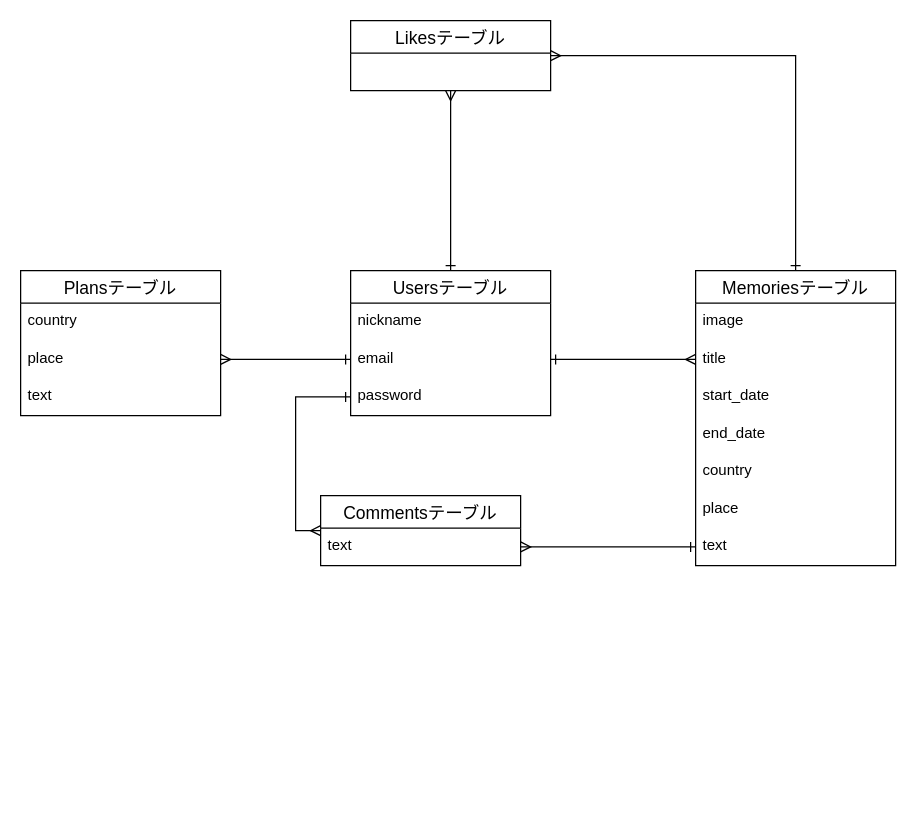
Above: travel.dio in luv-n-pce/travel-someday (draw.io), before the change. Source tidied: cells renumbered, new cells numbered last; positions are measured from the earlier drawing's top-left corner, leaving out a move shared by most shapes. Both pictures are drawn from the tidied source at 125%, with x=0, y=0 at pixel (20, 20).
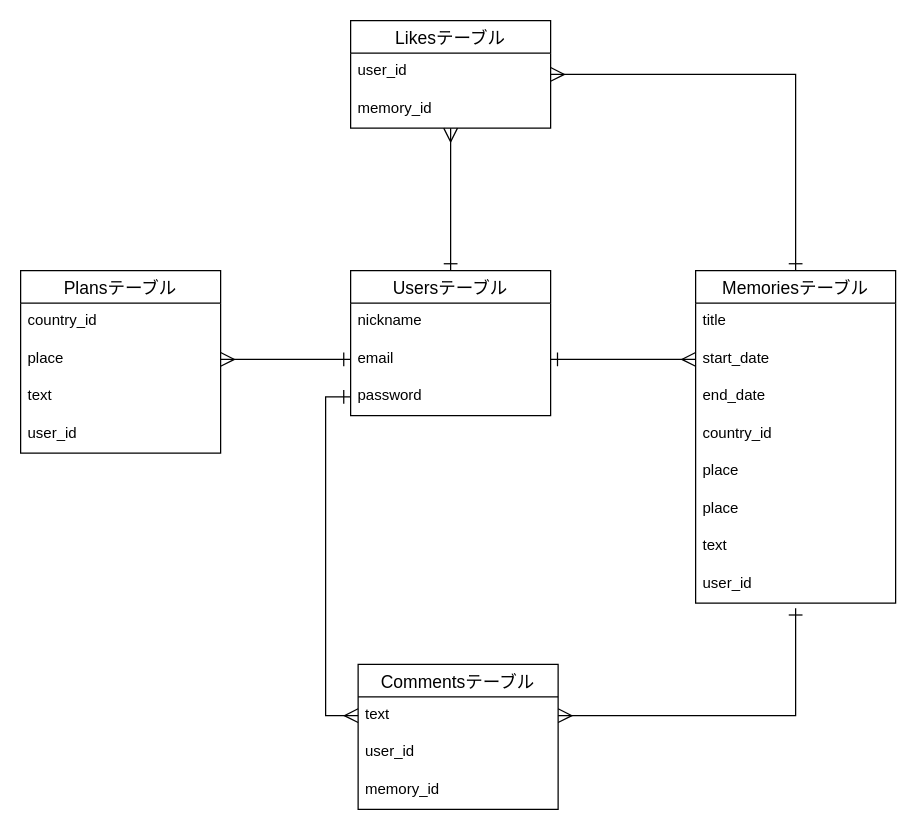
Above is the later version.

Unchanged cells that the change refers to:
```xml
<mxCell id="4" value="place" style="text;strokeColor=none;fillColor=none;spacingLeft=4;spacingRight=4;overflow=hidden;points=[[0,0.5],[1,0.5]];portConstraint=eastwest;fontSize=12;" parent="2" vertex="1">
  <mxGeometry y="56" width="160" height="30" as="geometry" />
</mxCell>
<mxCell id="7" value="Usersテーブル" style="swimlane;fontStyle=0;horizontal=1;startSize=26;align=center;fontSize=14;" parent="1" vertex="1">
  <mxGeometry x="264" y="200" width="160" height="116" as="geometry" />
</mxCell>
<mxCell id="9" value="email" style="text;strokeColor=none;fillColor=none;spacingLeft=4;spacingRight=4;overflow=hidden;points=[[0,0.5],[1,0.5]];portConstraint=eastwest;fontSize=12;" parent="7" vertex="1">
  <mxGeometry y="56" width="160" height="30" as="geometry" />
</mxCell>
<mxCell id="10" value="password" style="text;strokeColor=none;fillColor=none;spacingLeft=4;spacingRight=4;overflow=hidden;points=[[0,0.5],[1,0.5]];portConstraint=eastwest;fontSize=12;" parent="7" vertex="1">
  <mxGeometry y="86" width="160" height="30" as="geometry" />
</mxCell>
<mxCell id="19" value="text" style="text;strokeColor=none;fillColor=none;spacingLeft=4;spacingRight=4;overflow=hidden;points=[[0,0.5],[1,0.5]];portConstraint=eastwest;fontSize=12;" parent="12" vertex="1">
  <mxGeometry y="206" width="160" height="30" as="geometry" />
</mxCell>
<mxCell id="22" value="text" style="text;strokeColor=none;fillColor=none;spacingLeft=4;spacingRight=4;overflow=hidden;points=[[0,0.5],[1,0.5]];portConstraint=eastwest;fontSize=12;" parent="21" vertex="1">
  <mxGeometry y="26" width="160" height="30" as="geometry" />
</mxCell>
```

Change to the diagram source:
```diff
@@
     <mxCell id="2" value="Plansテーブル" style="swimlane;fontStyle=0;horizontal=1;startSize=26;align=center;fontSize=14;" parent="1" vertex="1">
-      <mxGeometry y="200" width="160" height="116" as="geometry" />
+      <mxGeometry y="200" width="160" height="146" as="geometry" />
     </mxCell>
-    <mxCell id="3" value="country" style="text;strokeColor=none;fillColor=none;spacingLeft=4;spacingRight=4;overflow=hidden;fontSize=12;" parent="2" vertex="1">
+    <mxCell id="3" value="country_id" style="text;strokeColor=none;fillColor=none;spacingLeft=4;spacingRight=4;overflow=hidden;fontSize=12;" parent="2" vertex="1">
       <mxGeometry y="26" width="160" height="30" as="geometry" />
     </mxCell>
@@
+    <mxCell id="27" value="user_id" style="text;strokeColor=none;fillColor=none;spacingLeft=4;spacingRight=4;overflow=hidden;fontSize=12;" parent="2" vertex="1">
+      <mxGeometry y="116" width="160" height="30" as="geometry" />
+    </mxCell>
-    <mxCell id="6" style="edgeStyle=orthogonalEdgeStyle;rounded=0;jettySize=auto;html=1;exitX=0.5;exitY=0;exitDx=0;exitDy=0;entryX=0.5;entryY=1;entryDx=0;entryDy=0;startArrow=ERone;startFill=0;endArrow=ERmany;endFill=0;" parent="1" edge="1" source="7" target="20">
+    <mxCell id="6" style="edgeStyle=orthogonalEdgeStyle;rounded=0;jettySize=auto;html=1;exitX=0.5;exitY=0;exitDx=0;exitDy=0;entryX=0.5;entryY=1;entryDx=0;entryDy=0;startArrow=ERone;startFill=0;endArrow=ERmany;endFill=0;endSize=9;startSize=9;" parent="1" edge="1" source="7" target="20">
       <mxGeometry relative="1" as="geometry" />
     </mxCell>
@@
-    <mxCell id="11" style="edgeStyle=orthogonalEdgeStyle;rounded=0;jettySize=auto;html=1;exitX=0.5;exitY=0;exitDx=0;exitDy=0;entryX=1;entryY=0.5;entryDx=0;entryDy=0;startArrow=ERone;startFill=0;endArrow=ERmany;endFill=0;" parent="1" edge="1" source="12" target="20">
+    <mxCell id="11" style="edgeStyle=orthogonalEdgeStyle;rounded=0;jettySize=auto;html=1;exitX=0.5;exitY=0;exitDx=0;exitDy=0;entryX=1;entryY=0.5;entryDx=0;entryDy=0;startArrow=ERone;startFill=0;endArrow=ERmany;endFill=0;endSize=9;startSize=9;" parent="1" edge="1" source="12" target="20">
       <mxGeometry relative="1" as="geometry" />
     </mxCell>
     <mxCell id="12" value="Memoriesテーブル" style="swimlane;fontStyle=0;horizontal=1;startSize=26;align=center;fontSize=14;" parent="1" vertex="1">
-      <mxGeometry x="540" y="200" width="160" height="236" as="geometry" />
+      <mxGeometry x="540" y="200" width="160" height="266" as="geometry" />
     </mxCell>
-    <mxCell id="13" value="image" style="text;strokeColor=none;fillColor=none;spacingLeft=4;spacingRight=4;overflow=hidden;fontSize=12;" parent="12" vertex="1">
-      <mxGeometry y="26" width="160" height="30" as="geometry" />
-    </mxCell>
     <mxCell id="14" value="title" style="text;strokeColor=none;fillColor=none;spacingLeft=4;spacingRight=4;overflow=hidden;points=[[0,0.5],[1,0.5]];portConstraint=eastwest;fontSize=12;" parent="12" vertex="1">
-      <mxGeometry y="56" width="160" height="30" as="geometry" />
+      <mxGeometry y="26" width="160" height="30" as="geometry" />
     </mxCell>
     <mxCell id="15" value="start_date" style="text;strokeColor=none;fillColor=none;spacingLeft=4;spacingRight=4;overflow=hidden;points=[[0,0.5],[1,0.5]];portConstraint=eastwest;fontSize=12;" parent="12" vertex="1">
-      <mxGeometry y="86" width="160" height="30" as="geometry" />
+      <mxGeometry y="56" width="160" height="30" as="geometry" />
     </mxCell>
     <mxCell id="16" value="end_date" style="text;strokeColor=none;fillColor=none;spacingLeft=4;spacingRight=4;overflow=hidden;fontSize=12;" parent="12" vertex="1">
-      <mxGeometry y="116" width="160" height="30" as="geometry" />
+      <mxGeometry y="86" width="160" height="30" as="geometry" />
     </mxCell>
-    <mxCell id="17" value="country" style="text;strokeColor=none;fillColor=none;spacingLeft=4;spacingRight=4;overflow=hidden;fontSize=12;" parent="12" vertex="1">
-      <mxGeometry y="146" width="160" height="30" as="geometry" />
+    <mxCell id="17" value="country_id" style="text;strokeColor=none;fillColor=none;spacingLeft=4;spacingRight=4;overflow=hidden;fontSize=12;" parent="12" vertex="1">
+      <mxGeometry y="116" width="160" height="30" as="geometry" />
     </mxCell>
+    <mxCell id="28" value="place" style="text;strokeColor=none;fillColor=none;spacingLeft=4;spacingRight=4;overflow=hidden;fontSize=12;" parent="12" vertex="1">
+      <mxGeometry y="146" width="160" height="30" as="geometry" />
+    </mxCell>
@@
+    <mxCell id="29" value="user_id" style="text;strokeColor=none;fillColor=none;spacingLeft=4;spacingRight=4;overflow=hidden;fontSize=12;" parent="12" vertex="1">
+      <mxGeometry y="236" width="160" height="30" as="geometry" />
+    </mxCell>
     <mxCell id="20" value="Likesテーブル" style="swimlane;fontStyle=0;horizontal=1;startSize=26;align=center;fontSize=14;" parent="1" vertex="1">
-      <mxGeometry x="264" width="160" height="56" as="geometry" />
+      <mxGeometry x="264" width="160" height="86" as="geometry" />
     </mxCell>
+    <mxCell id="30" value="user_id" style="text;strokeColor=none;fillColor=none;spacingLeft=4;spacingRight=4;overflow=hidden;fontSize=12;" parent="20" vertex="1">
+      <mxGeometry y="26" width="160" height="30" as="geometry" />
+    </mxCell>
+    <mxCell id="31" value="memory_id" style="text;strokeColor=none;fillColor=none;spacingLeft=4;spacingRight=4;overflow=hidden;fontSize=12;" parent="20" vertex="1">
+      <mxGeometry y="56" width="160" height="30" as="geometry" />
+    </mxCell>
     <mxCell id="21" value="Commentsテーブル" style="swimlane;fontStyle=0;horizontal=1;startSize=26;align=center;fontSize=14;" parent="1" vertex="1">
-      <mxGeometry x="240" y="380" width="160" height="56" as="geometry" />
+      <mxGeometry x="270" y="515" width="160" height="116" as="geometry" />
     </mxCell>
@@
+    <mxCell id="32" value="user_id" style="text;strokeColor=none;fillColor=none;spacingLeft=4;spacingRight=4;overflow=hidden;fontSize=12;" parent="21" vertex="1">
+      <mxGeometry y="56" width="160" height="30" as="geometry" />
+    </mxCell>
+    <mxCell id="33" value="memory_id" style="text;strokeColor=none;fillColor=none;spacingLeft=4;spacingRight=4;overflow=hidden;fontSize=12;" parent="21" vertex="1">
+      <mxGeometry y="86" width="160" height="30" as="geometry" />
+    </mxCell>
-    <mxCell id="23" style="edgeStyle=orthogonalEdgeStyle;rounded=0;jettySize=auto;html=1;exitX=0;exitY=0.5;exitDx=0;exitDy=0;entryX=1;entryY=0.5;entryDx=0;entryDy=0;endArrow=ERmany;endFill=0;startArrow=ERone;startFill=0;" parent="1" edge="1" source="9" target="4">
+    <mxCell id="23" style="edgeStyle=orthogonalEdgeStyle;rounded=0;jettySize=auto;html=1;exitX=0;exitY=0.5;exitDx=0;exitDy=0;entryX=1;entryY=0.5;entryDx=0;entryDy=0;endArrow=ERmany;endFill=0;startArrow=ERone;startFill=0;endSize=9;startSize=9;" parent="1" edge="1" source="9" target="4">
       <mxGeometry relative="1" as="geometry" />
     </mxCell>
-    <mxCell id="24" style="edgeStyle=orthogonalEdgeStyle;rounded=0;jettySize=auto;html=1;exitX=1;exitY=0.5;exitDx=0;exitDy=0;entryX=0;entryY=0.5;entryDx=0;entryDy=0;startArrow=ERone;startFill=0;endArrow=ERmany;endFill=0;" parent="1" edge="1" source="9" target="14">
+    <mxCell id="24" style="edgeStyle=orthogonalEdgeStyle;rounded=0;jettySize=auto;html=1;exitX=1;exitY=0.5;exitDx=0;exitDy=0;entryX=0;entryY=0.5;entryDx=0;entryDy=0;startArrow=ERone;startFill=0;endArrow=ERmany;endFill=0;endSize=9;startSize=9;" parent="1" edge="1" source="9" target="15">
       <mxGeometry relative="1" as="geometry" />
     </mxCell>
-    <mxCell id="25" style="edgeStyle=orthogonalEdgeStyle;rounded=0;jettySize=auto;html=1;exitX=0;exitY=0.5;exitDx=0;exitDy=0;entryX=0;entryY=0.5;entryDx=0;entryDy=0;startArrow=ERone;startFill=0;endArrow=ERmany;endFill=0;" parent="1" edge="1" source="10" target="21">
-      <mxGeometry relative="1" as="geometry" />
-    </mxCell>
-    <mxCell id="26" style="edgeStyle=orthogonalEdgeStyle;rounded=0;jettySize=auto;html=1;exitX=0;exitY=0.5;exitDx=0;exitDy=0;entryX=1;entryY=0.5;entryDx=0;entryDy=0;startArrow=ERone;startFill=0;endArrow=ERmany;endFill=0;" parent="1" edge="1" source="19" target="22">
-      <mxGeometry relative="1" as="geometry" />
-    </mxCell>
+    <mxCell id="34" style="edgeStyle=orthogonalEdgeStyle;rounded=0;jettySize=auto;html=1;exitX=0;exitY=0.5;exitDx=0;exitDy=0;entryX=0;entryY=0.5;entryDx=0;entryDy=0;startArrow=ERone;startFill=0;endArrow=ERmany;endFill=0;endSize=9;startSize=9;" parent="1" edge="1" source="10" target="22">
+      <mxGeometry relative="1" as="geometry" />
+    </mxCell>
+    <mxCell id="35" style="edgeStyle=orthogonalEdgeStyle;rounded=0;jettySize=auto;html=1;exitX=1;exitY=0.5;exitDx=0;exitDy=0;startArrow=ERmany;startFill=0;endArrow=ERone;endFill=0;endSize=9;startSize=9;" parent="1" edge="1" source="22">
+      <mxGeometry relative="1" as="geometry">
+        <mxPoint x="620" y="470" as="targetPoint" />
+        <Array as="points">
+          <mxPoint x="620" y="556" />
+        </Array>
+      </mxGeometry>
+    </mxCell>
```
